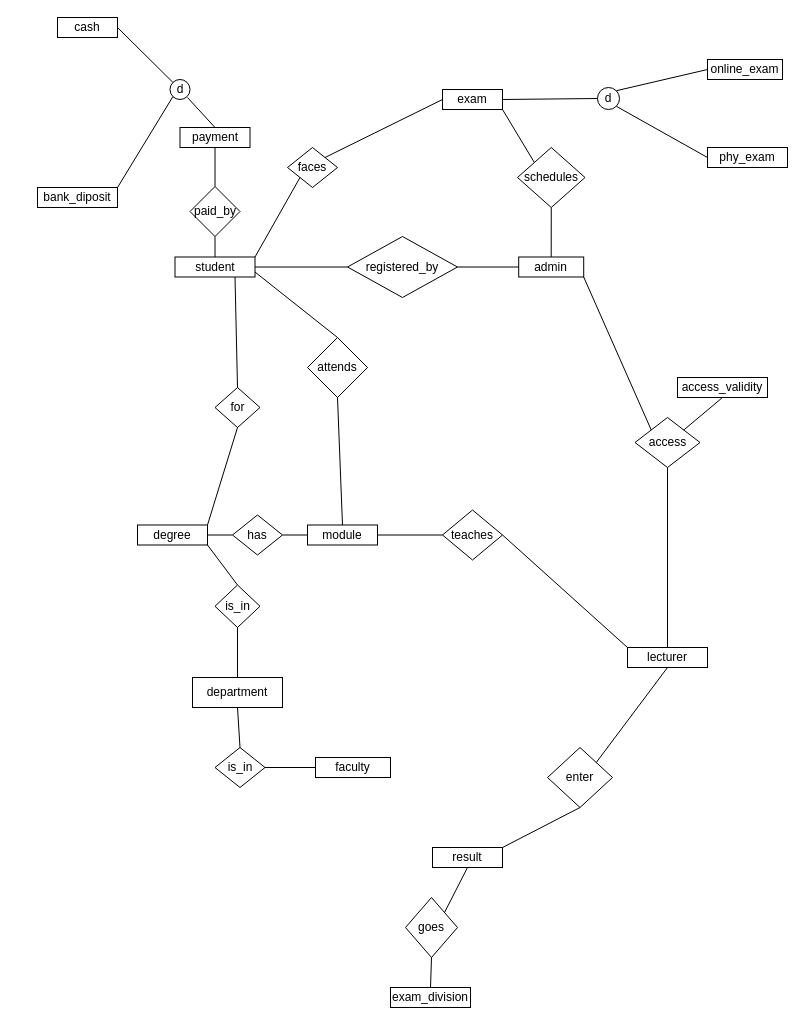
Before: management.drawio in Dinuvi9170/NSBM-Green-University, a draw.io diagram. Source tidied: cells renumbered, new cells numbered last; positions are measured from the earlier drawing's top-left corner, leaving out a move shared by most shapes. Both pictures are drawn from the tidied source at 100%, with x=0, y=0 at pixel (37, 17).
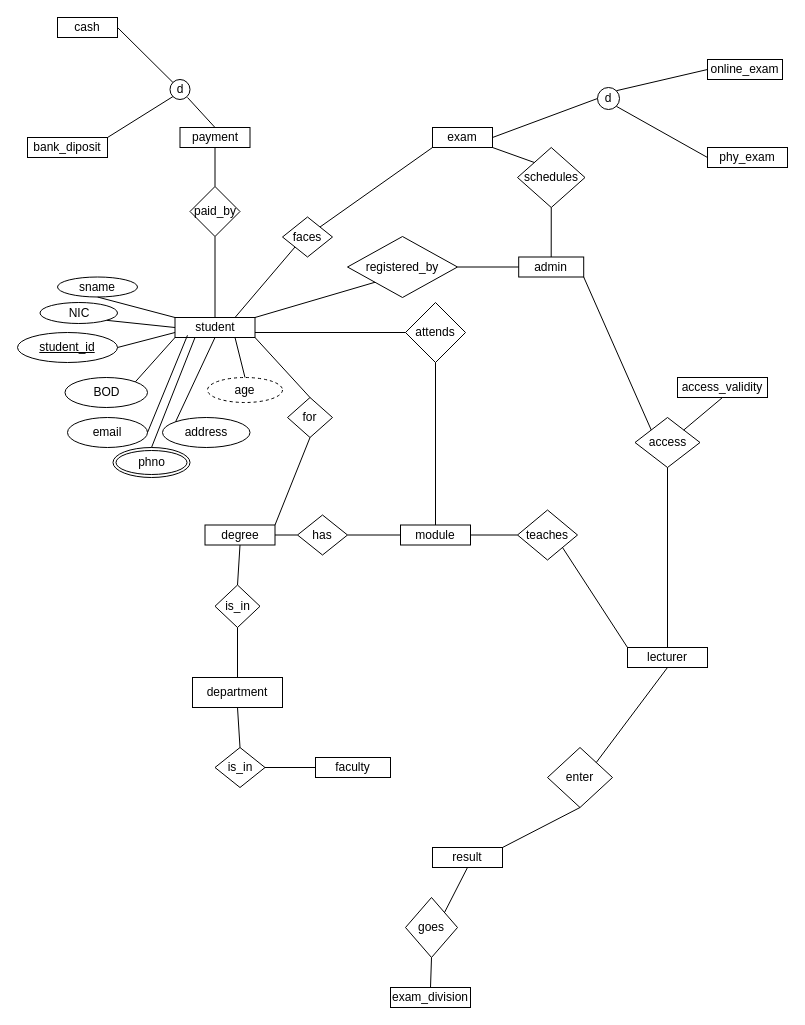
After the change.

Unchanged cells that the change refers to:
```xml
<mxCell id="14" value="lecturer" style="rounded=0;whiteSpace=wrap;html=1;" parent="1" vertex="1">
  <mxGeometry x="590" y="630" width="80" height="20" as="geometry" />
</mxCell>
<mxCell id="22" value="registered_by" style="rhombus;whiteSpace=wrap;html=1;" parent="1" vertex="1">
  <mxGeometry x="310" y="219" width="110" height="61" as="geometry" />
</mxCell>
<mxCell id="26" value="is_in" style="rhombus;whiteSpace=wrap;html=1;" parent="1" vertex="1">
  <mxGeometry x="177.5" y="567.5" width="45" height="42.5" as="geometry" />
</mxCell>
```

Change to the diagram source:
```diff
@@
     <mxCell id="5" value="bank_diposit" style="rounded=0;whiteSpace=wrap;html=1;direction=west;" parent="1" vertex="1">
-      <mxGeometry y="170" width="80" height="20" as="geometry" />
+      <mxGeometry x="-10" y="120" width="80" height="20" as="geometry" />
     </mxCell>
     <mxCell id="6" value="student" style="rounded=0;whiteSpace=wrap;html=1;" parent="1" vertex="1">
-      <mxGeometry x="137.5" y="239.5" width="80" height="20" as="geometry" />
+      <mxGeometry x="137.5" y="300" width="80" height="20" as="geometry" />
     </mxCell>
@@
     <mxCell id="8" value="exam" style="rounded=0;whiteSpace=wrap;html=1;" parent="1" vertex="1">
-      <mxGeometry x="405" y="72" width="60" height="20" as="geometry" />
+      <mxGeometry x="395" y="110" width="60" height="20" as="geometry" />
     </mxCell>
@@
     <mxCell id="11" value="degree" style="rounded=0;whiteSpace=wrap;html=1;" parent="1" vertex="1">
-      <mxGeometry x="100" y="507.5" width="70" height="20" as="geometry" />
+      <mxGeometry x="167.5" y="507.5" width="70" height="20" as="geometry" />
     </mxCell>
@@
     <mxCell id="23" value="faces" style="rhombus;whiteSpace=wrap;html=1;" parent="1" vertex="1">
-      <mxGeometry x="250" y="130" width="50" height="40" as="geometry" />
+      <mxGeometry x="245" y="199.5" width="50" height="40" as="geometry" />
     </mxCell>
@@
     <mxCell id="27" value="for" style="rhombus;whiteSpace=wrap;html=1;" parent="1" vertex="1">
-      <mxGeometry x="177.5" y="370" width="45" height="40" as="geometry" />
+      <mxGeometry x="250" y="380" width="45" height="40" as="geometry" />
     </mxCell>
@@
     <mxCell id="29" value="attends" style="rhombus;whiteSpace=wrap;html=1;" parent="1" vertex="1">
-      <mxGeometry x="270" y="320" width="60" height="60" as="geometry" />
+      <mxGeometry x="368" y="285" width="60" height="60" as="geometry" />
     </mxCell>
@@
     <mxCell id="32" value="teaches" style="rhombus;whiteSpace=wrap;html=1;" parent="1" vertex="1">
-      <mxGeometry x="405" y="492.5" width="60" height="50" as="geometry" />
+      <mxGeometry x="480" y="492.5" width="60" height="50" as="geometry" />
     </mxCell>
@@
-    <mxCell id="35" style="endArrow=none;html=1;rounded=0;exitX=0;exitY=0.5;exitDx=0;exitDy=0;entryX=1;entryY=0.5;entryDx=0;entryDy=0;" parent="1" edge="1" source="22" target="6">
+    <mxCell id="35" style="endArrow=none;html=1;rounded=0;exitX=0;exitY=1;exitDx=0;exitDy=0;entryX=1;entryY=0;entryDx=0;entryDy=0;" parent="1" edge="1" source="22" target="6">
       <mxGeometry relative="1" as="geometry" />
     </mxCell>
@@
-    <mxCell id="38" style="endArrow=none;html=1;rounded=0;exitX=0.5;exitY=0;exitDx=0;exitDy=0;entryX=0.75;entryY=1;entryDx=0;entryDy=0;" parent="1" edge="1" source="27" target="6">
+    <mxCell id="38" style="endArrow=none;html=1;rounded=0;exitX=0.5;exitY=0;exitDx=0;exitDy=0;entryX=1;entryY=1;entryDx=0;entryDy=0;" parent="1" edge="1" source="27" target="6">
       <mxGeometry relative="1" as="geometry" />
     </mxCell>
@@
-    <mxCell id="42" style="endArrow=none;html=1;rounded=0;entryX=1;entryY=0;entryDx=0;entryDy=0;exitX=0;exitY=0.5;exitDx=0;exitDy=0;" parent="1" edge="1" source="8" target="23">
+    <mxCell id="42" style="endArrow=none;html=1;rounded=0;entryX=1;entryY=0;entryDx=0;entryDy=0;exitX=0;exitY=1;exitDx=0;exitDy=0;" parent="1" edge="1" source="8" target="23">
       <mxGeometry relative="1" as="geometry" />
     </mxCell>
@@
-    <mxCell id="46" style="endArrow=none;html=1;rounded=0;exitX=1;exitY=0.5;exitDx=0;exitDy=0;entryX=0;entryY=0;entryDx=0;entryDy=0;" parent="1" edge="1" source="32" target="14">
+    <mxCell id="46" style="endArrow=none;html=1;rounded=0;exitX=1;exitY=1;exitDx=0;exitDy=0;entryX=0;entryY=0;entryDx=0;entryDy=0;" parent="1" edge="1" source="32" target="14">
       <mxGeometry relative="1" as="geometry" />
     </mxCell>
@@
-    <mxCell id="50" style="endArrow=none;html=1;rounded=0;exitX=0.5;exitY=0;exitDx=0;exitDy=0;entryX=1;entryY=1;entryDx=0;entryDy=0;" parent="1" edge="1" source="26" target="11">
+    <mxCell id="50" style="endArrow=none;html=1;rounded=0;exitX=0.5;exitY=0;exitDx=0;exitDy=0;entryX=0.5;entryY=1;entryDx=0;entryDy=0;" parent="1" edge="1" source="26" target="11">
       <mxGeometry relative="1" as="geometry" />
     </mxCell>
@@
-    <mxCell id="61" style="endArrow=none;html=1;rounded=0;entryX=1;entryY=0;entryDx=0;entryDy=0;exitX=0;exitY=1;exitDx=0;exitDy=0;" parent="1" edge="1" source="23" target="6">
+    <mxCell id="61" style="endArrow=none;html=1;rounded=0;entryX=0.75;entryY=0;entryDx=0;entryDy=0;exitX=0;exitY=1;exitDx=0;exitDy=0;" parent="1" edge="1" source="23" target="6">
       <mxGeometry relative="1" as="geometry" />
     </mxCell>
-    <mxCell id="62" style="endArrow=none;html=1;rounded=0;entryX=0.5;entryY=0;entryDx=0;entryDy=0;exitX=1;exitY=0.75;exitDx=0;exitDy=0;" parent="1" edge="1" source="6" target="29">
+    <mxCell id="62" style="endArrow=none;html=1;rounded=0;entryX=0;entryY=0.5;entryDx=0;entryDy=0;exitX=1;exitY=0.75;exitDx=0;exitDy=0;" parent="1" edge="1" source="6" target="29">
       <mxGeometry relative="1" as="geometry" />
     </mxCell>
@@
     <mxCell id="65" value="has" style="rhombus;whiteSpace=wrap;html=1;" parent="1" vertex="1">
-      <mxGeometry x="195" y="497.5" width="50" height="40" as="geometry" />
+      <mxGeometry x="260" y="497.5" width="50" height="40" as="geometry" />
     </mxCell>
@@
     <mxCell id="67" value="module" style="rounded=0;whiteSpace=wrap;html=1;" parent="1" vertex="1">
-      <mxGeometry x="270" y="507.5" width="70" height="20" as="geometry" />
+      <mxGeometry x="363" y="507.5" width="70" height="20" as="geometry" />
     </mxCell>
+    <mxCell id="68" value="email" style="ellipse;whiteSpace=wrap;html=1;align=center;" parent="1" vertex="1">
+      <mxGeometry x="30" y="400" width="80" height="30" as="geometry" />
+    </mxCell>
+    <mxCell id="69" value="BOD" style="ellipse;whiteSpace=wrap;html=1;align=center;" parent="1" vertex="1">
+      <mxGeometry x="27.5" y="360" width="82.5" height="30" as="geometry" />
+    </mxCell>
+    <mxCell id="70" value="address" style="ellipse;whiteSpace=wrap;html=1;align=center;" parent="1" vertex="1">
+      <mxGeometry x="125" y="400" width="87.5" height="30" as="geometry" />
+    </mxCell>
+    <mxCell id="71" value="&lt;u&gt;student_id&lt;/u&gt;" style="ellipse;whiteSpace=wrap;html=1;align=center;" parent="1" vertex="1">
+      <mxGeometry x="-20" y="315" width="100" height="30" as="geometry" />
+    </mxCell>
+    <mxCell id="72" value="NIC" style="ellipse;whiteSpace=wrap;html=1;align=center;" parent="1" vertex="1">
+      <mxGeometry x="2.5" y="285" width="77.5" height="21" as="geometry" />
+    </mxCell>
+    <mxCell id="73" value="sname" style="ellipse;whiteSpace=wrap;html=1;align=center;" parent="1" vertex="1">
+      <mxGeometry x="20" y="259.5" width="80" height="20" as="geometry" />
+    </mxCell>
+    <mxCell id="74" value="age" style="ellipse;whiteSpace=wrap;html=1;align=center;dashed=1;" parent="1" vertex="1">
+      <mxGeometry x="170" y="360" width="75" height="25" as="geometry" />
+    </mxCell>
+    <mxCell id="75" value="phno" style="ellipse;shape=doubleEllipse;margin=3;whiteSpace=wrap;html=1;align=center;" parent="1" vertex="1">
+      <mxGeometry x="75.5" y="430" width="77" height="30" as="geometry" />
+    </mxCell>
+    <mxCell id="76" style="endArrow=none;html=1;rounded=0;exitX=0.5;exitY=0;exitDx=0;exitDy=0;entryX=0.25;entryY=1;entryDx=0;entryDy=0;" parent="1" edge="1" source="75" target="6">
+      <mxGeometry relative="1" as="geometry" />
+    </mxCell>
+    <mxCell id="77" style="endArrow=none;html=1;rounded=0;exitX=0.5;exitY=0;exitDx=0;exitDy=0;entryX=0.75;entryY=1;entryDx=0;entryDy=0;" parent="1" edge="1" source="74" target="6">
+      <mxGeometry relative="1" as="geometry" />
+    </mxCell>
+    <mxCell id="78" style="endArrow=none;html=1;rounded=0;exitX=0;exitY=0;exitDx=0;exitDy=0;entryX=0.5;entryY=1;entryDx=0;entryDy=0;" parent="1" edge="1" source="70" target="6">
+      <mxGeometry relative="1" as="geometry" />
+    </mxCell>
+    <mxCell id="79" style="endArrow=none;html=1;rounded=0;exitX=1;exitY=0.5;exitDx=0;exitDy=0;entryX=0.156;entryY=0.89;entryDx=0;entryDy=0;entryPerimeter=0;" parent="1" edge="1" source="68" target="6">
+      <mxGeometry relative="1" as="geometry" />
+    </mxCell>
+    <mxCell id="80" style="endArrow=none;html=1;rounded=0;exitX=1;exitY=0;exitDx=0;exitDy=0;entryX=0;entryY=1;entryDx=0;entryDy=0;" parent="1" edge="1" source="69" target="6">
+      <mxGeometry relative="1" as="geometry" />
+    </mxCell>
+    <mxCell id="81" style="endArrow=none;html=1;rounded=0;exitX=1;exitY=0.5;exitDx=0;exitDy=0;entryX=0;entryY=0.75;entryDx=0;entryDy=0;" parent="1" edge="1" source="71" target="6">
+      <mxGeometry relative="1" as="geometry" />
+    </mxCell>
+    <mxCell id="82" style="endArrow=none;html=1;rounded=0;exitX=1;exitY=1;exitDx=0;exitDy=0;entryX=0;entryY=0.5;entryDx=0;entryDy=0;" parent="1" edge="1" source="72" target="6">
+      <mxGeometry relative="1" as="geometry" />
+    </mxCell>
+    <mxCell id="83" style="endArrow=none;html=1;rounded=0;exitX=0;exitY=0;exitDx=0;exitDy=0;entryX=0.5;entryY=1;entryDx=0;entryDy=0;" parent="1" edge="1" source="6" target="73">
+      <mxGeometry relative="1" as="geometry" />
+    </mxCell>
```
